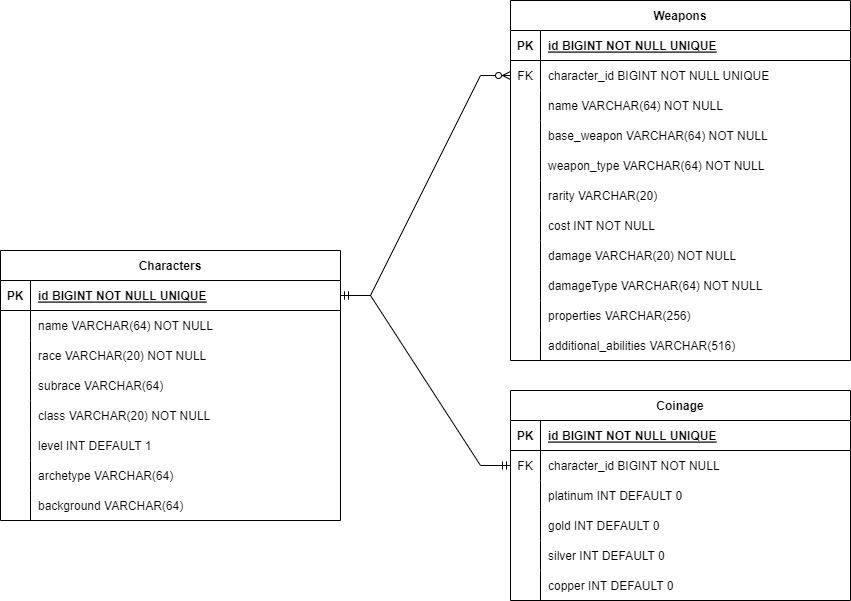
Callum-Robinson/hobby-project-backend keeps this draw.io diagram as Documentation/Fantasy-Inventory-ERD.png. Above is the earlier version. Source tidied: cells renumbered, new cells last; positions are measured from the earlier drawing's top-left corner, leaving out a move shared by most shapes.
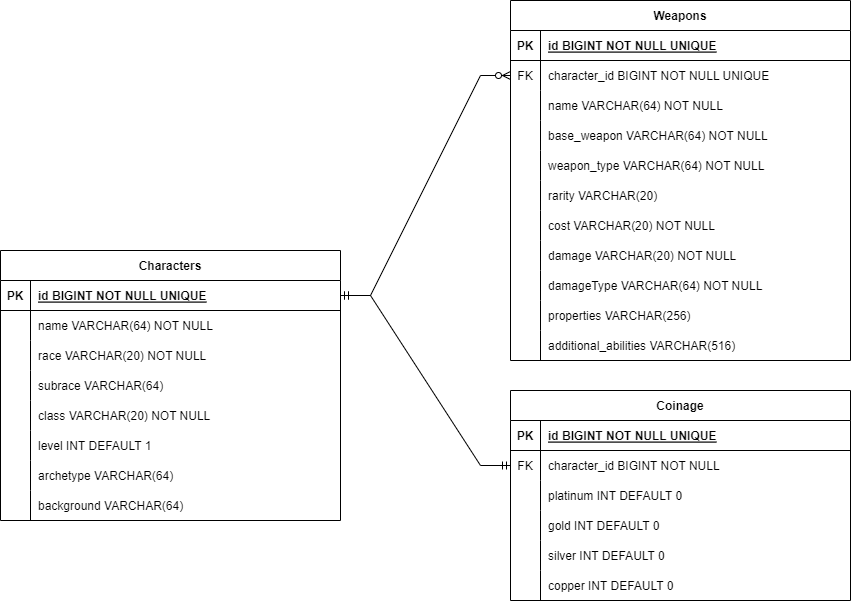
Later version of the same file.

Commit message:
Changed weapon cost type to varchar (to have quantity and which coin)

Diff of the diagram source:
```diff
@@ -140,7 +140,7 @@
     <mxCell id="47" style="shape=partialRectangle;fillColor=none;top=0;left=0;bottom=0;right=0;overflow=hidden;" parent="46" vertex="1">
       <mxGeometry width="30" height="30" as="geometry" />
     </mxCell>
-    <mxCell id="48" value="cost INT NOT NULL" style="shape=partialRectangle;fillColor=none;top=0;left=0;bottom=0;right=0;align=left;spacingLeft=6;overflow=hidden;" parent="46" vertex="1">
+    <mxCell id="48" value="cost VARCHAR(20) NOT NULL" style="shape=partialRectangle;fillColor=none;top=0;left=0;bottom=0;right=0;align=left;spacingLeft=6;overflow=hidden;" parent="46" vertex="1">
       <mxGeometry x="30" width="310" height="30" as="geometry" />
     </mxCell>
     <mxCell id="49" style="shape=tableRow;horizontal=0;startSize=0;swimlaneHead=0;swimlaneBody=0;fillColor=none;top=0;left=0;right=0;bottom=0;" parent="27" vertex="1">
```
